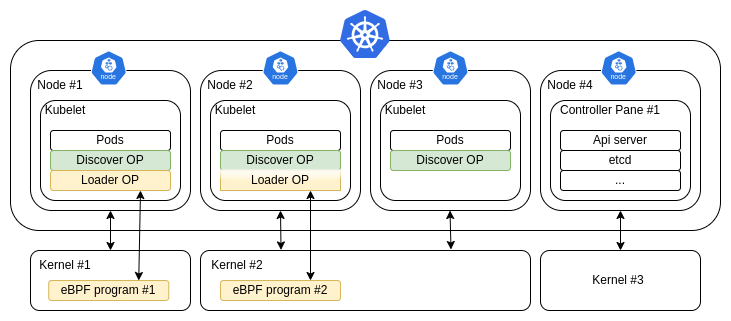
This is docs/images/overall-design.png from San7o/hive-operator, a draw.io export, as it was before one commit. Source tidied: cells renumbered, new cells last; positions are measured from the earlier drawing's top-left corner, leaving out a move shared by most shapes. The source it was exported from:
```xml
<mxGraphModel>
  <root>
    <mxCell id="0" />
    <mxCell id="1" parent="0" />
    <mxCell id="2" style="rounded=1;whiteSpace=wrap;html=1;" parent="1" vertex="1">
      <mxGeometry y="30" width="710" height="190" as="geometry" />
    </mxCell>
    <mxCell id="3" style="rounded=1;whiteSpace=wrap;html=1;" parent="1" vertex="1">
      <mxGeometry x="20" y="240" width="160" height="60" as="geometry" />
    </mxCell>
    <mxCell id="4" style="whiteSpace=wrap;html=1;rounded=1;" parent="1" vertex="1">
      <mxGeometry x="190" y="240" width="330" height="60" as="geometry" />
    </mxCell>
    <mxCell id="5" style="rounded=1;whiteSpace=wrap;html=1;" parent="1" vertex="1">
      <mxGeometry x="20" y="60" width="160" height="140" as="geometry" />
    </mxCell>
    <mxCell id="6" style="rounded=1;whiteSpace=wrap;html=1;" parent="1" vertex="1">
      <mxGeometry x="190" y="60" width="160" height="140" as="geometry" />
    </mxCell>
    <mxCell id="7" style="rounded=1;whiteSpace=wrap;html=1;" parent="1" vertex="1">
      <mxGeometry x="360" y="60" width="160" height="140" as="geometry" />
    </mxCell>
    <mxCell id="8" value="Node #1" style="text;html=1;align=center;verticalAlign=middle;whiteSpace=wrap;rounded=0;" parent="1" vertex="1">
      <mxGeometry x="20" y="60" width="60" height="30" as="geometry" />
    </mxCell>
    <mxCell id="9" value="Node #2" style="text;html=1;align=center;verticalAlign=middle;whiteSpace=wrap;rounded=0;" parent="1" vertex="1">
      <mxGeometry x="190" y="60" width="60" height="30" as="geometry" />
    </mxCell>
    <mxCell id="10" value="Node #3" style="text;html=1;align=center;verticalAlign=middle;whiteSpace=wrap;rounded=0;" parent="1" vertex="1">
      <mxGeometry x="360" y="60" width="60" height="30" as="geometry" />
    </mxCell>
    <mxCell id="11" style="rounded=1;whiteSpace=wrap;html=1;" parent="1" vertex="1">
      <mxGeometry x="30" y="90" width="140" height="100" as="geometry" />
    </mxCell>
    <mxCell id="12" value="Kubelet" style="text;html=1;align=center;verticalAlign=middle;whiteSpace=wrap;rounded=0;" parent="1" vertex="1">
      <mxGeometry x="30" y="90" width="50" height="20" as="geometry" />
    </mxCell>
    <mxCell id="13" value="Pods" style="rounded=1;whiteSpace=wrap;html=1;" parent="1" vertex="1">
      <mxGeometry x="40" y="120" width="120" height="20" as="geometry" />
    </mxCell>
    <mxCell id="14" value="Discover OP" style="rounded=1;whiteSpace=wrap;html=1;fillColor=#d5e8d4;strokeColor=#82b366;" parent="1" vertex="1">
      <mxGeometry x="40" y="140" width="120" height="20" as="geometry" />
    </mxCell>
    <mxCell id="15" value="Loader OP" style="rounded=1;whiteSpace=wrap;html=1;fillColor=#fff2cc;strokeColor=#d6b656;" parent="1" vertex="1">
      <mxGeometry x="40" y="160" width="120" height="20" as="geometry" />
    </mxCell>
    <mxCell id="16" style="rounded=1;whiteSpace=wrap;html=1;" parent="1" vertex="1">
      <mxGeometry x="200" y="90" width="140" height="100" as="geometry" />
    </mxCell>
    <mxCell id="17" value="Kubelet" style="text;html=1;align=center;verticalAlign=middle;whiteSpace=wrap;rounded=0;" parent="1" vertex="1">
      <mxGeometry x="200" y="90" width="50" height="20" as="geometry" />
    </mxCell>
    <mxCell id="18" value="Pods" style="rounded=1;whiteSpace=wrap;html=1;" parent="1" vertex="1">
      <mxGeometry x="210" y="120" width="120" height="20" as="geometry" />
    </mxCell>
    <mxCell id="19" value="Discover OP" style="rounded=1;whiteSpace=wrap;html=1;fillColor=#d5e8d4;strokeColor=#82b366;" parent="1" vertex="1">
      <mxGeometry x="210" y="140" width="120" height="20" as="geometry" />
    </mxCell>
    <mxCell id="20" value="Loader OP" style="rounded=0;whiteSpace=wrap;html=1;fillColor=#fff2cc;strokeColor=#d6b656;glass=1;" parent="1" vertex="1">
      <mxGeometry x="210" y="160" width="120" height="20" as="geometry" />
    </mxCell>
    <mxCell id="21" style="rounded=1;whiteSpace=wrap;html=1;" parent="1" vertex="1">
      <mxGeometry x="370" y="90" width="140" height="100" as="geometry" />
    </mxCell>
    <mxCell id="22" value="Kubelet" style="text;html=1;align=center;verticalAlign=middle;whiteSpace=wrap;rounded=0;" parent="1" vertex="1">
      <mxGeometry x="370" y="90" width="50" height="20" as="geometry" />
    </mxCell>
    <mxCell id="23" value="Pods" style="rounded=1;whiteSpace=wrap;html=1;" parent="1" vertex="1">
      <mxGeometry x="380" y="120" width="120" height="20" as="geometry" />
    </mxCell>
    <mxCell id="24" value="Discover OP" style="rounded=1;whiteSpace=wrap;html=1;fillColor=#d5e8d4;strokeColor=#82b366;" parent="1" vertex="1">
      <mxGeometry x="380" y="140" width="120" height="20" as="geometry" />
    </mxCell>
    <mxCell id="25" style="endArrow=classic;startArrow=classic;html=1;rounded=0;exitX=0.5;exitY=0;exitDx=0;exitDy=0;" parent="1" edge="1" source="3">
      <mxGeometry relative="1" as="geometry">
        <mxPoint x="100" y="200" as="targetPoint" />
      </mxGeometry>
    </mxCell>
    <mxCell id="26" style="sketch=0;html=1;dashed=0;whitespace=wrap;verticalLabelPosition=bottom;verticalAlign=top;fillColor=#2875E2;strokeColor=#ffffff;shape=mxgraph.kubernetes.icon2;kubernetesLabel=1;prIcon=node;" parent="1" vertex="1">
      <mxGeometry x="80" y="40" width="36.5" height="35" as="geometry" />
    </mxCell>
    <mxCell id="27" style="sketch=0;html=1;dashed=0;whitespace=wrap;verticalLabelPosition=bottom;verticalAlign=top;fillColor=#2875E2;strokeColor=#ffffff;shape=mxgraph.kubernetes.icon2;kubernetesLabel=1;prIcon=node;" parent="1" vertex="1">
      <mxGeometry x="251.8" y="40" width="36.5" height="35" as="geometry" />
    </mxCell>
    <mxCell id="28" style="sketch=0;html=1;dashed=0;whitespace=wrap;verticalLabelPosition=bottom;verticalAlign=top;fillColor=#2875E2;strokeColor=#ffffff;shape=mxgraph.kubernetes.icon2;kubernetesLabel=1;prIcon=node;" parent="1" vertex="1">
      <mxGeometry x="421.8" y="40" width="36.5" height="35" as="geometry" />
    </mxCell>
    <mxCell id="29" style="image;sketch=0;html=1;align=center;fontSize=12;image=img/lib/mscae/Kubernetes.svg;" parent="1" vertex="1">
      <mxGeometry x="330" width="50" height="48" as="geometry" />
    </mxCell>
    <mxCell id="30" value="eBPF program #1" style="rounded=1;whiteSpace=wrap;html=1;fillColor=#fff2cc;strokeColor=#d6b656;" parent="1" vertex="1">
      <mxGeometry x="38.2" y="270" width="120" height="20" as="geometry" />
    </mxCell>
    <mxCell id="31" value="Kernel #1" style="text;html=1;align=center;verticalAlign=middle;whiteSpace=wrap;rounded=0;" parent="1" vertex="1">
      <mxGeometry x="25" y="240" width="60" height="30" as="geometry" />
    </mxCell>
    <mxCell id="32" value="eBPF program #2" style="rounded=1;whiteSpace=wrap;html=1;fillColor=#fff2cc;strokeColor=#d6b656;" parent="1" vertex="1">
      <mxGeometry x="210" y="270" width="120" height="20" as="geometry" />
    </mxCell>
    <mxCell id="33" value="Kernel #2" style="text;html=1;align=center;verticalAlign=middle;whiteSpace=wrap;rounded=0;" parent="1" vertex="1">
      <mxGeometry x="196.8" y="240" width="60" height="30" as="geometry" />
    </mxCell>
    <mxCell id="34" style="endArrow=classic;startArrow=classic;html=1;rounded=0;exitX=0.75;exitY=0;exitDx=0;exitDy=0;entryX=0.75;entryY=1;entryDx=0;entryDy=0;" parent="1" edge="1" source="30" target="15">
      <mxGeometry relative="1" as="geometry" />
    </mxCell>
    <mxCell id="35" style="endArrow=classic;startArrow=classic;html=1;rounded=0;exitX=0.244;exitY=-0.009;exitDx=0;exitDy=0;entryX=0.5;entryY=1;entryDx=0;entryDy=0;exitPerimeter=0;" parent="1" edge="1" source="4" target="6">
      <mxGeometry relative="1" as="geometry" />
    </mxCell>
    <mxCell id="36" style="endArrow=classic;startArrow=classic;html=1;rounded=0;exitX=0.244;exitY=-0.009;exitDx=0;exitDy=0;entryX=0.5;entryY=1;entryDx=0;entryDy=0;exitPerimeter=0;" parent="1" edge="1">
      <mxGeometry relative="1" as="geometry">
        <mxPoint x="440.5" y="239" as="sourcePoint" />
        <mxPoint x="439.5" y="200" as="targetPoint" />
      </mxGeometry>
    </mxCell>
    <mxCell id="37" style="endArrow=classic;startArrow=classic;html=1;rounded=0;exitX=0.75;exitY=0;exitDx=0;exitDy=0;" parent="1" edge="1" source="32">
      <mxGeometry relative="1" as="geometry">
        <mxPoint x="300" y="180" as="targetPoint" />
      </mxGeometry>
    </mxCell>
    <mxCell id="38" style="rounded=1;whiteSpace=wrap;html=1;" parent="1" vertex="1">
      <mxGeometry x="530" y="240" width="160" height="60" as="geometry" />
    </mxCell>
    <mxCell id="39" style="rounded=1;whiteSpace=wrap;html=1;" parent="1" vertex="1">
      <mxGeometry x="530" y="60" width="160" height="140" as="geometry" />
    </mxCell>
    <mxCell id="40" value="Node #4" style="text;html=1;align=center;verticalAlign=middle;whiteSpace=wrap;rounded=0;" parent="1" vertex="1">
      <mxGeometry x="530" y="60" width="60" height="30" as="geometry" />
    </mxCell>
    <mxCell id="41" style="rounded=1;whiteSpace=wrap;html=1;" parent="1" vertex="1">
      <mxGeometry x="540" y="90" width="140" height="100" as="geometry" />
    </mxCell>
    <mxCell id="42" value="Controller Pane #1" style="text;html=1;align=center;verticalAlign=middle;whiteSpace=wrap;rounded=0;" parent="1" vertex="1">
      <mxGeometry x="540" y="90" width="120" height="20" as="geometry" />
    </mxCell>
    <mxCell id="43" style="endArrow=classic;startArrow=classic;html=1;rounded=0;exitX=0.5;exitY=0;exitDx=0;exitDy=0;" parent="1" edge="1" source="38">
      <mxGeometry relative="1" as="geometry">
        <mxPoint x="610" y="200" as="targetPoint" />
      </mxGeometry>
    </mxCell>
    <mxCell id="44" style="sketch=0;html=1;dashed=0;whitespace=wrap;verticalLabelPosition=bottom;verticalAlign=top;fillColor=#2875E2;strokeColor=#ffffff;shape=mxgraph.kubernetes.icon2;kubernetesLabel=1;prIcon=node;" parent="1" vertex="1">
      <mxGeometry x="590" y="40" width="36.5" height="35" as="geometry" />
    </mxCell>
    <mxCell id="45" value="Kernel #3" style="text;html=1;align=center;verticalAlign=middle;whiteSpace=wrap;rounded=0;" parent="1" vertex="1">
      <mxGeometry x="578.2" y="255" width="60" height="30" as="geometry" />
    </mxCell>
    <mxCell id="46" value="Api server" style="rounded=1;whiteSpace=wrap;html=1;" parent="1" vertex="1">
      <mxGeometry x="550" y="120" width="120" height="20" as="geometry" />
    </mxCell>
    <mxCell id="47" value="etcd" style="rounded=1;whiteSpace=wrap;html=1;" parent="1" vertex="1">
      <mxGeometry x="550" y="140" width="120" height="20" as="geometry" />
    </mxCell>
    <mxCell id="48" value="..." style="rounded=1;whiteSpace=wrap;html=1;" parent="1" vertex="1">
      <mxGeometry x="550" y="160" width="120" height="20" as="geometry" />
    </mxCell>
  </root>
</mxGraphModel>
```
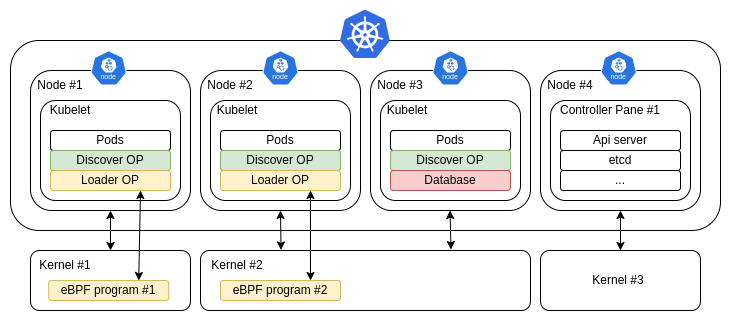
The same file after the commit.

Commit message:
docs: design document v0.1

Diff of the diagram source:
```diff
@@ -33,7 +33,7 @@
       <mxGeometry x="30" y="90" width="140" height="100" as="geometry" />
     </mxCell>
     <mxCell id="12" value="Kubelet" style="text;html=1;align=center;verticalAlign=middle;whiteSpace=wrap;rounded=0;" parent="1" vertex="1">
-      <mxGeometry x="30" y="90" width="50" height="20" as="geometry" />
+      <mxGeometry x="35" y="90" width="50" height="20" as="geometry" />
     </mxCell>
     <mxCell id="13" value="Pods" style="rounded=1;whiteSpace=wrap;html=1;" parent="1" vertex="1">
       <mxGeometry x="40" y="120" width="120" height="20" as="geometry" />
@@ -48,7 +48,7 @@
       <mxGeometry x="200" y="90" width="140" height="100" as="geometry" />
     </mxCell>
     <mxCell id="17" value="Kubelet" style="text;html=1;align=center;verticalAlign=middle;whiteSpace=wrap;rounded=0;" parent="1" vertex="1">
-      <mxGeometry x="200" y="90" width="50" height="20" as="geometry" />
+      <mxGeometry x="201.8" y="90" width="50" height="20" as="geometry" />
     </mxCell>
     <mxCell id="18" value="Pods" style="rounded=1;whiteSpace=wrap;html=1;" parent="1" vertex="1">
       <mxGeometry x="210" y="120" width="120" height="20" as="geometry" />
@@ -56,14 +56,14 @@
     <mxCell id="19" value="Discover OP" style="rounded=1;whiteSpace=wrap;html=1;fillColor=#d5e8d4;strokeColor=#82b366;" parent="1" vertex="1">
       <mxGeometry x="210" y="140" width="120" height="20" as="geometry" />
     </mxCell>
-    <mxCell id="20" value="Loader OP" style="rounded=0;whiteSpace=wrap;html=1;fillColor=#fff2cc;strokeColor=#d6b656;glass=1;" parent="1" vertex="1">
+    <mxCell id="20" value="Loader OP" style="rounded=1;whiteSpace=wrap;html=1;fillColor=#fff2cc;strokeColor=#d6b656;glass=0;" parent="1" vertex="1">
       <mxGeometry x="210" y="160" width="120" height="20" as="geometry" />
     </mxCell>
     <mxCell id="21" style="rounded=1;whiteSpace=wrap;html=1;" parent="1" vertex="1">
       <mxGeometry x="370" y="90" width="140" height="100" as="geometry" />
     </mxCell>
     <mxCell id="22" value="Kubelet" style="text;html=1;align=center;verticalAlign=middle;whiteSpace=wrap;rounded=0;" parent="1" vertex="1">
-      <mxGeometry x="370" y="90" width="50" height="20" as="geometry" />
+      <mxGeometry x="371.8" y="90" width="50" height="20" as="geometry" />
     </mxCell>
     <mxCell id="23" value="Pods" style="rounded=1;whiteSpace=wrap;html=1;" parent="1" vertex="1">
       <mxGeometry x="380" y="120" width="120" height="20" as="geometry" />
@@ -152,5 +152,8 @@
     <mxCell id="48" value="..." style="rounded=1;whiteSpace=wrap;html=1;" parent="1" vertex="1">
       <mxGeometry x="550" y="160" width="120" height="20" as="geometry" />
     </mxCell>
+    <mxCell id="49" value="Database" style="rounded=1;whiteSpace=wrap;html=1;fillColor=#f8cecc;strokeColor=#b85450;glass=0;" parent="1" vertex="1">
+      <mxGeometry x="380" y="160" width="120" height="20" as="geometry" />
+    </mxCell>
   </root>
 </mxGraphModel>
```
